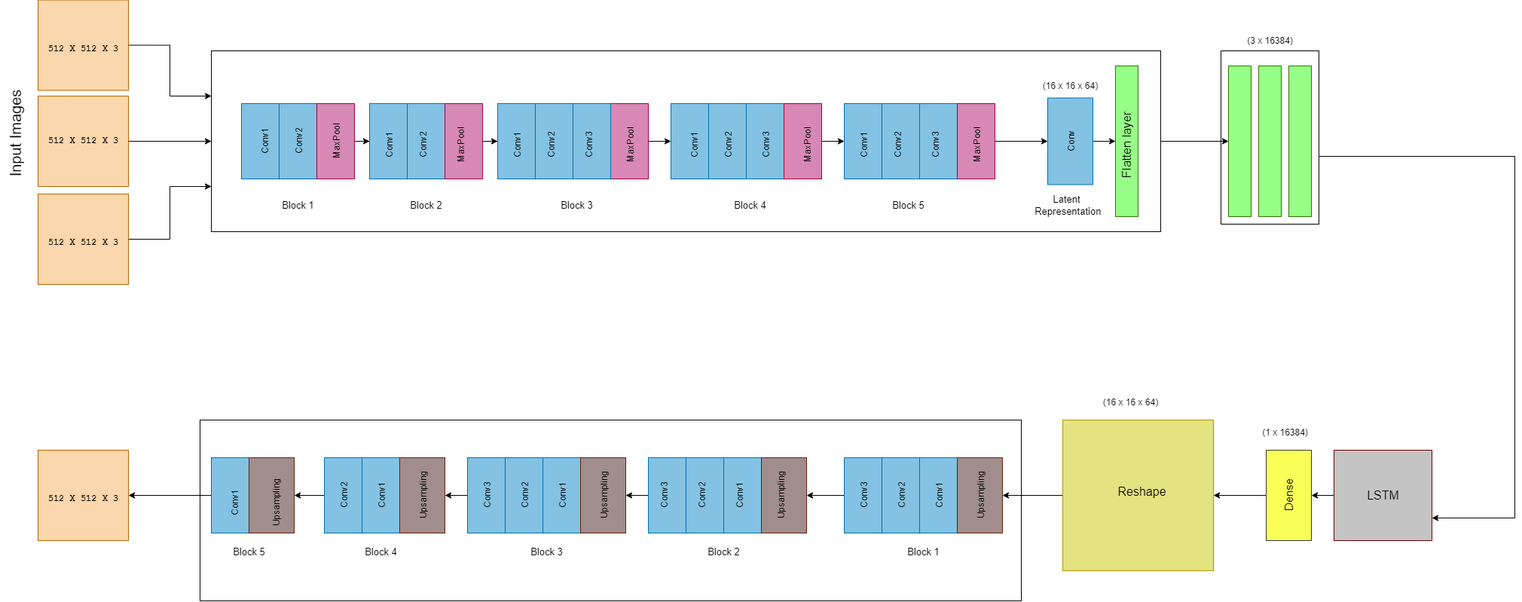
The draw.io diagram Model.drawio.png in pavankumarallu/Water-Body-Detection, before a commit. Source tidied: cells renumbered, new cells last; positions are measured from the earlier drawing's top-left corner, leaving out a move shared by most shapes.
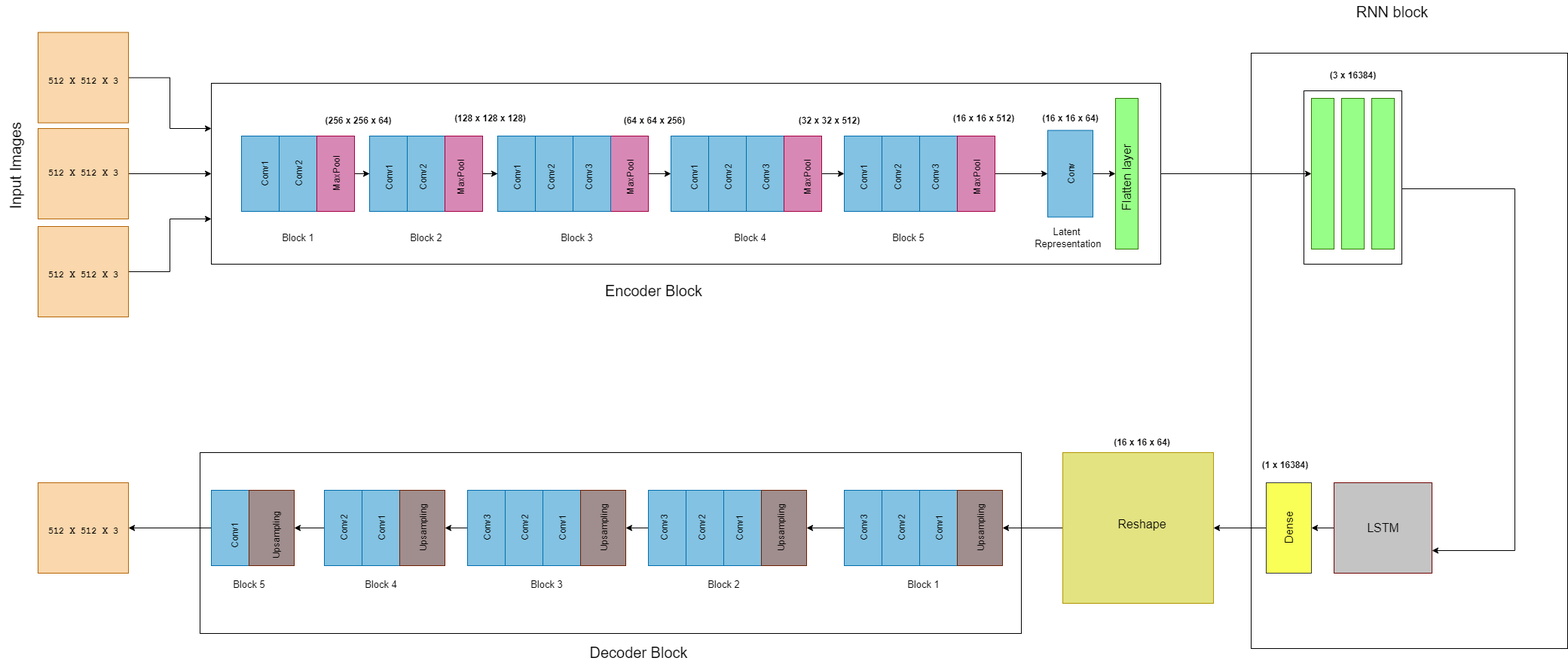
After the change.

The edit, as a diff of the source:
```diff
@@ -113,16 +113,16 @@
       </mxGeometry>
     </mxCell>
     <mxCell id="37" style="rounded=0;whiteSpace=wrap;html=1;fontSize=9;fillColor=none;" parent="1" vertex="1">
-      <mxGeometry x="1670" y="68" width="130" height="230" as="geometry" />
+      <mxGeometry x="1780" y="78" width="130" height="230" as="geometry" />
     </mxCell>
     <mxCell id="38" style="rounded=0;whiteSpace=wrap;html=1;fontSize=9;fillColor=#97FF87;strokeColor=#2D7600;fontColor=#ffffff;" parent="1" vertex="1">
-      <mxGeometry x="1680" y="88" width="30" height="200" as="geometry" />
+      <mxGeometry x="1790" y="88" width="30" height="200" as="geometry" />
     </mxCell>
     <mxCell id="39" style="rounded=0;whiteSpace=wrap;html=1;fontSize=9;fillColor=#97FF87;strokeColor=#2D7600;fontColor=#ffffff;" parent="1" vertex="1">
-      <mxGeometry x="1720" y="88" width="30" height="200" as="geometry" />
+      <mxGeometry x="1830" y="88" width="30" height="200" as="geometry" />
     </mxCell>
     <mxCell id="40" style="rounded=0;whiteSpace=wrap;html=1;fontSize=9;fillColor=#97FF87;strokeColor=#2D7600;fontColor=#ffffff;" parent="1" vertex="1">
-      <mxGeometry x="1760" y="88" width="30" height="200" as="geometry" />
+      <mxGeometry x="1870" y="88" width="30" height="200" as="geometry" />
     </mxCell>
     <mxCell id="41" style="edgeStyle=orthogonalEdgeStyle;rounded=0;jettySize=auto;html=1;fontFamily=Courier New;fontSize=16;" parent="1" edge="1" source="42" target="102">
       <mxGeometry relative="1" as="geometry" />
@@ -295,10 +295,10 @@
     <mxCell id="97" value="&lt;font style=&quot;&quot;&gt;&lt;font style=&quot;font-size: 12px;&quot;&gt;Conv&lt;/font&gt;&lt;br style=&quot;font-size: 15px;&quot;&gt;&lt;/font&gt;" style="text;html=1;align=center;verticalAlign=middle;fillColor=none;strokeColor=none;rounded=0;rotation=-90;fontSize=15;" parent="1" vertex="1">
       <mxGeometry x="1445" y="173" width="50" height="30" as="geometry" />
     </mxCell>
-    <mxCell id="98" value="&lt;font style=&quot;&quot;&gt;&lt;span style=&quot;font-size: 12px;&quot;&gt;(3 x 16384)&lt;/span&gt;&lt;br style=&quot;font-size: 15px;&quot;&gt;&lt;/font&gt;" style="text;html=1;align=center;verticalAlign=middle;fillColor=none;strokeColor=none;rounded=0;rotation=0;fontSize=15;" parent="1" vertex="1">
-      <mxGeometry x="1695" y="38" width="80" height="30" as="geometry" />
+    <mxCell id="98" value="&lt;font style=&quot;&quot;&gt;&lt;span style=&quot;font-size: 12px;&quot;&gt;(3 x 16384)&lt;/span&gt;&lt;br style=&quot;font-size: 15px;&quot;&gt;&lt;/font&gt;" style="text;html=1;align=center;verticalAlign=middle;fillColor=none;strokeColor=none;rounded=0;rotation=0;fontSize=15;fontStyle=1;" parent="1" vertex="1">
+      <mxGeometry x="1805" y="40.5" width="80" height="30" as="geometry" />
     </mxCell>
-    <mxCell id="99" value="&lt;font style=&quot;&quot;&gt;&lt;span style=&quot;font-size: 12px;&quot;&gt;(16 x 16 x 64)&lt;/span&gt;&lt;br style=&quot;font-size: 15px;&quot;&gt;&lt;/font&gt;" style="text;html=1;align=center;verticalAlign=middle;fillColor=none;strokeColor=none;rounded=0;rotation=0;fontSize=15;" parent="1" vertex="1">
+    <mxCell id="99" value="&lt;font style=&quot;&quot;&gt;&lt;span style=&quot;font-size: 12px;&quot;&gt;(16 x 16 x 64)&lt;/span&gt;&lt;br style=&quot;font-size: 15px;&quot;&gt;&lt;/font&gt;" style="text;html=1;align=center;verticalAlign=middle;fillColor=none;strokeColor=none;rounded=0;rotation=0;fontSize=15;fontStyle=1;" parent="1" vertex="1">
       <mxGeometry x="1420" y="98" width="100" height="30" as="geometry" />
     </mxCell>
     <mxCell id="100" value="&lt;font style=&quot;&quot;&gt;&lt;font style=&quot;font-size: 16px;&quot;&gt;LSTM&lt;/font&gt;&lt;br style=&quot;font-size: 15px;&quot;&gt;&lt;/font&gt;" style="text;html=1;align=center;verticalAlign=middle;fillColor=none;strokeColor=none;rounded=0;rotation=0;fontSize=15;" parent="1" vertex="1">
@@ -316,7 +316,7 @@
     <mxCell id="104" value="&lt;font style=&quot;&quot;&gt;&lt;font style=&quot;font-size: 16px;&quot;&gt;Reshape&lt;/font&gt;&lt;br style=&quot;font-size: 15px;&quot;&gt;&lt;/font&gt;" style="text;html=1;align=center;verticalAlign=middle;fillColor=none;strokeColor=none;rounded=0;rotation=0;fontSize=15;" parent="1" vertex="1">
       <mxGeometry x="1520" y="638" width="90" height="30" as="geometry" />
     </mxCell>
-    <mxCell id="105" value="&lt;font style=&quot;&quot;&gt;&lt;span style=&quot;font-size: 12px;&quot;&gt;(1 x 16384)&lt;/span&gt;&lt;br style=&quot;font-size: 15px;&quot;&gt;&lt;/font&gt;" style="text;html=1;align=center;verticalAlign=middle;fillColor=none;strokeColor=none;rounded=0;rotation=0;fontSize=15;" parent="1" vertex="1">
+    <mxCell id="105" value="&lt;font style=&quot;&quot;&gt;&lt;span style=&quot;font-size: 12px;&quot;&gt;(1 x 16384)&lt;/span&gt;&lt;br style=&quot;font-size: 15px;&quot;&gt;&lt;/font&gt;" style="text;html=1;align=center;verticalAlign=middle;fillColor=none;strokeColor=none;rounded=0;rotation=0;fontSize=15;fontStyle=1;" parent="1" vertex="1">
       <mxGeometry x="1715" y="558" width="80" height="30" as="geometry" />
     </mxCell>
     <mxCell id="106" value="&lt;font style=&quot;&quot;&gt;&lt;span style=&quot;font-size: 12px;&quot;&gt;Upsampling&lt;/span&gt;&lt;br style=&quot;font-size: 15px;&quot;&gt;&lt;/font&gt;" style="text;html=1;align=center;verticalAlign=middle;fillColor=none;strokeColor=none;rounded=0;rotation=-90;fontSize=15;" parent="1" vertex="1">
@@ -391,8 +391,35 @@
     <mxCell id="129" value="&lt;font face=&quot;Courier New&quot; style=&quot;font-size: 12px;&quot;&gt;&lt;b style=&quot;&quot;&gt;512 X 512 X 3&lt;/b&gt;&lt;/font&gt;" style="text;html=1;align=center;verticalAlign=middle;fillColor=none;strokeColor=none;rounded=0;fontSize=20;" parent="1" vertex="1">
       <mxGeometry x="100" y="638" width="120" height="40" as="geometry" />
     </mxCell>
-    <mxCell id="130" value="&lt;font style=&quot;&quot;&gt;&lt;span style=&quot;font-size: 12px;&quot;&gt;(16 x 16 x 64)&lt;/span&gt;&lt;br style=&quot;font-size: 15px;&quot;&gt;&lt;/font&gt;" style="text;html=1;align=center;verticalAlign=middle;fillColor=none;strokeColor=none;rounded=0;rotation=0;fontSize=15;" parent="1" vertex="1">
-      <mxGeometry x="1500" y="518" width="100" height="30" as="geometry" />
+    <mxCell id="130" value="&lt;font style=&quot;&quot;&gt;&lt;span style=&quot;font-size: 12px;&quot;&gt;(16 x 16 x 64)&lt;/span&gt;&lt;br style=&quot;font-size: 15px;&quot;&gt;&lt;/font&gt;" style="text;html=1;align=center;verticalAlign=middle;fillColor=none;strokeColor=none;rounded=0;rotation=0;fontSize=15;fontStyle=1;" parent="1" vertex="1">
+      <mxGeometry x="1515" y="528" width="100" height="30" as="geometry" />
     </mxCell>
+    <mxCell id="131" style="rounded=0;whiteSpace=wrap;html=1;fillColor=none;" parent="1" vertex="1">
+      <mxGeometry x="1710" y="28" width="420" height="790" as="geometry" />
+    </mxCell>
+    <mxCell id="132" value="Encoder Block" style="text;strokeColor=none;align=center;fillColor=none;html=1;verticalAlign=middle;whiteSpace=wrap;rounded=0;fontSize=20;" parent="1" vertex="1">
+      <mxGeometry x="825" y="328" width="185" height="30" as="geometry" />
+    </mxCell>
+    <mxCell id="133" value="RNN block" style="text;strokeColor=none;align=center;fillColor=none;html=1;verticalAlign=middle;whiteSpace=wrap;rounded=0;fontSize=20;" parent="1" vertex="1">
+      <mxGeometry x="1805" y="-42" width="185" height="30" as="geometry" />
+    </mxCell>
+    <mxCell id="134" value="Decoder Block" style="text;strokeColor=none;align=center;fillColor=none;html=1;verticalAlign=middle;whiteSpace=wrap;rounded=0;fontSize=20;" parent="1" vertex="1">
+      <mxGeometry x="805" y="808" width="185" height="30" as="geometry" />
+    </mxCell>
+    <mxCell id="135" value="&lt;font style=&quot;&quot;&gt;&lt;span style=&quot;font-size: 12px;&quot;&gt;(256 x 256 x 64)&lt;/span&gt;&lt;br style=&quot;font-size: 15px;&quot;&gt;&lt;/font&gt;" style="text;html=1;align=center;verticalAlign=middle;fillColor=none;strokeColor=none;rounded=0;rotation=0;fontSize=15;fontStyle=1;" parent="1" vertex="1">
+      <mxGeometry x="470" y="100.5" width="110" height="30" as="geometry" />
+    </mxCell>
+    <mxCell id="136" value="&lt;font style=&quot;&quot;&gt;&lt;span style=&quot;font-size: 12px;&quot;&gt;(128 x 128 x 128)&lt;/span&gt;&lt;br style=&quot;font-size: 15px;&quot;&gt;&lt;/font&gt;" style="text;html=1;align=center;verticalAlign=middle;fillColor=none;strokeColor=none;rounded=0;rotation=0;fontSize=15;fontStyle=1;" parent="1" vertex="1">
+      <mxGeometry x="640" y="98" width="120" height="30" as="geometry" />
+    </mxCell>
+    <mxCell id="137" value="&lt;font style=&quot;&quot;&gt;&lt;span style=&quot;font-size: 12px;&quot;&gt;(64 x 64 x 256)&lt;/span&gt;&lt;br style=&quot;font-size: 15px;&quot;&gt;&lt;/font&gt;" style="text;html=1;align=center;verticalAlign=middle;fillColor=none;strokeColor=none;rounded=0;rotation=0;fontSize=15;fontStyle=1;" parent="1" vertex="1">
+      <mxGeometry x="867.5" y="100.5" width="100" height="30" as="geometry" />
+    </mxCell>
+    <mxCell id="138" value="&lt;font style=&quot;&quot;&gt;&lt;span style=&quot;font-size: 12px;&quot;&gt;(32 x 32 x 512)&lt;/span&gt;&lt;br style=&quot;font-size: 15px;&quot;&gt;&lt;/font&gt;" style="text;html=1;align=center;verticalAlign=middle;fillColor=none;strokeColor=none;rounded=0;rotation=0;fontSize=15;fontStyle=1;" parent="1" vertex="1">
+      <mxGeometry x="1100" y="100.5" width="100" height="30" as="geometry" />
+    </mxCell>
+    <mxCell id="139" value="&lt;font style=&quot;&quot;&gt;&lt;span style=&quot;font-size: 12px;&quot;&gt;(16 x 16 x 512)&lt;/span&gt;&lt;br style=&quot;font-size: 15px;&quot;&gt;&lt;/font&gt;" style="text;html=1;align=center;verticalAlign=middle;fillColor=none;strokeColor=none;rounded=0;rotation=0;fontSize=15;fontStyle=1;" parent="1" vertex="1">
+      <mxGeometry x="1305" y="98" width="100" height="30" as="geometry" />
+    </mxCell>
   </root>
 </mxGraphModel>
```
